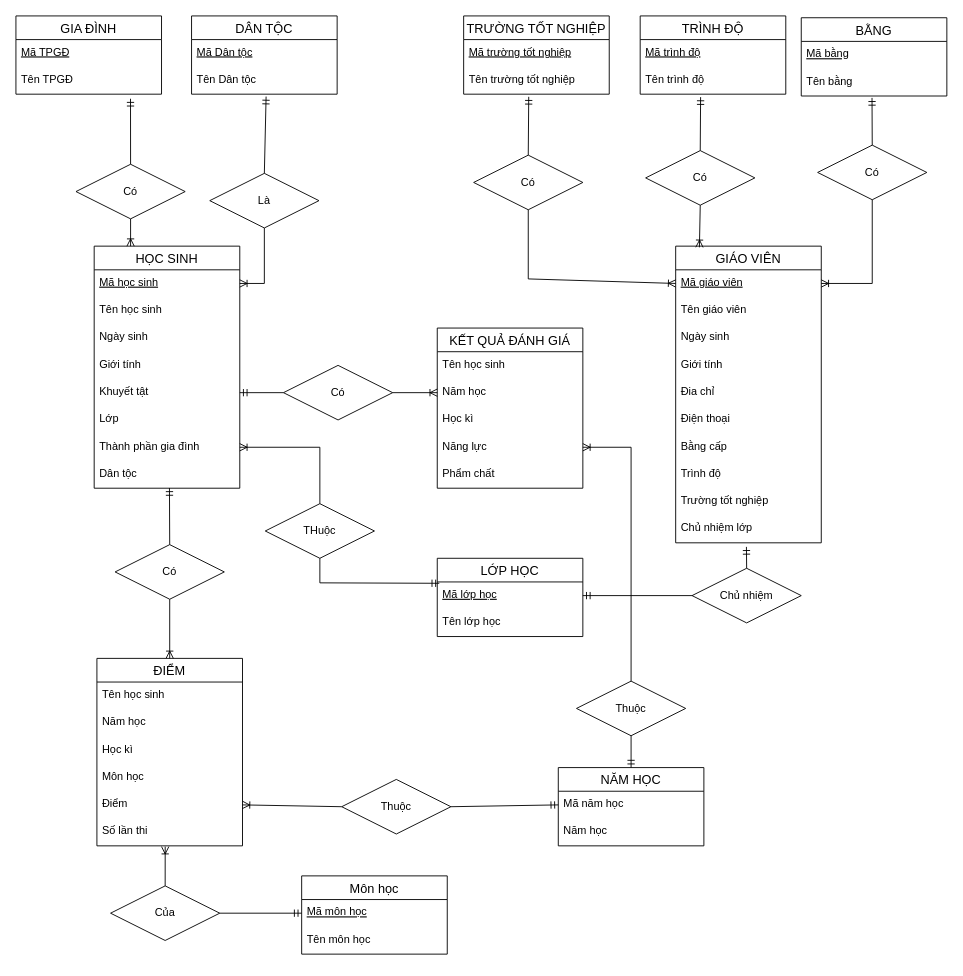
TLGKien/graph keeps this draw.io diagram as 3.1.2.drawio. Above is the earlier version. Source tidied: cells renumbered, new cells numbered last; positions are measured from the earlier drawing's top-left corner, leaving out a move shared by most shapes. Both pictures are drawn from the tidied source at 91%, with x=0, y=0 at pixel (15, 15).
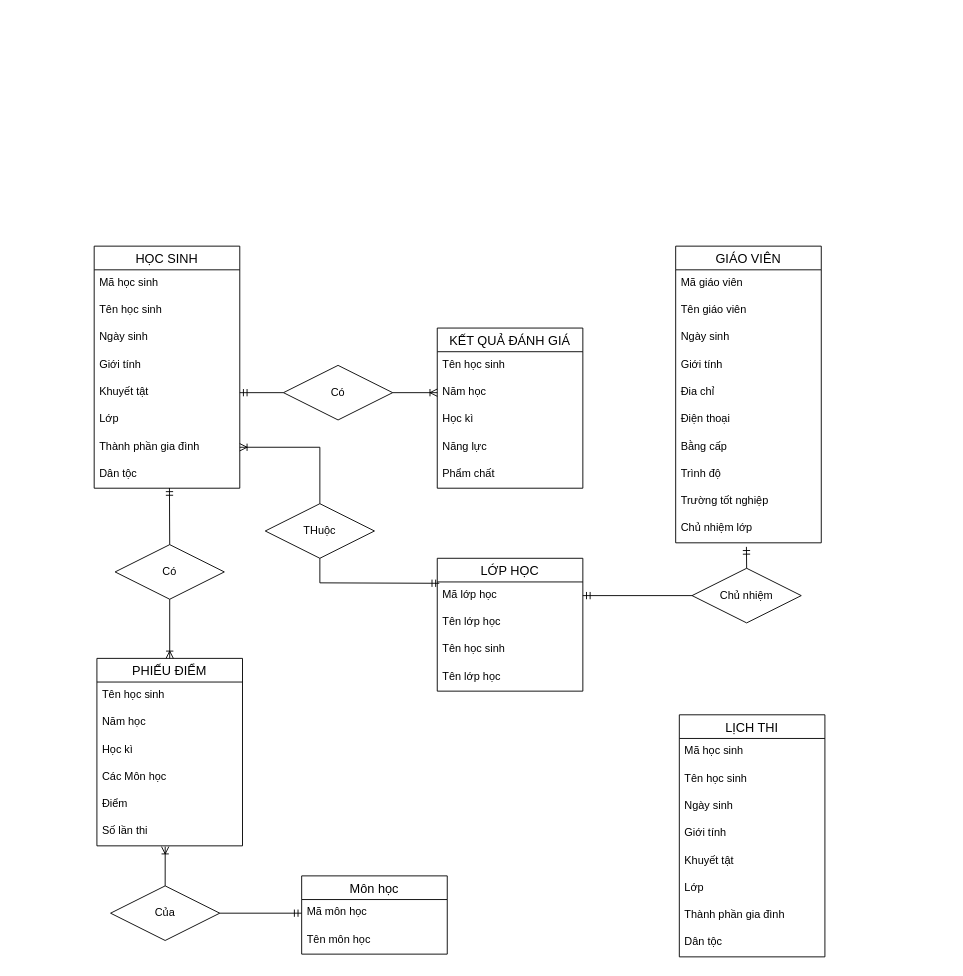
The same diagram, later.

The change refers to these unchanged cells:
```xml
<mxCell id="17" value="HỌC SINH" style="swimlane;fontStyle=0;horizontal=1;startSize=26;align=center;fontSize=14;" parent="1" vertex="1">
  <mxGeometry x="86" y="253" width="160" height="266" as="geometry" />
</mxCell>
<mxCell id="26" value="GIÁO VIÊN" style="swimlane;fontStyle=0;horizontal=1;startSize=26;align=center;fontSize=14;" parent="1" vertex="1">
  <mxGeometry x="725" y="253" width="160" height="326" as="geometry" />
</mxCell>
<mxCell id="43" value="Môn học" style="swimlane;fontStyle=0;horizontal=1;startSize=26;align=center;fontSize=14;" parent="1" vertex="1">
  <mxGeometry x="314" y="945" width="160" height="86" as="geometry" />
</mxCell>
<mxCell id="50" value="Năng lực" style="text;strokeColor=none;fillColor=none;spacingLeft=4;spacingRight=4;overflow=hidden;points=[[0,0.5],[1,0.5]];portConstraint=eastwest;fontSize=12;" parent="46" vertex="1">
  <mxGeometry y="116" width="160" height="30" as="geometry" />
</mxCell>
<mxCell id="57" value="Điểm" style="text;strokeColor=none;fillColor=none;spacingLeft=4;spacingRight=4;overflow=hidden;points=[[0,0.5],[1,0.5]];portConstraint=eastwest;fontSize=12;" parent="52" vertex="1">
  <mxGeometry y="146" width="160" height="30" as="geometry" />
</mxCell>
```

The edit, as a diff of the source:
```diff
@@
-    <mxCell id="2" value="GIA ĐÌNH" style="swimlane;fontStyle=0;horizontal=1;startSize=26;align=center;fontSize=14;" parent="1" vertex="1">
-      <mxGeometry width="160" height="86" as="geometry" />
-    </mxCell>
-    <mxCell id="3" value="Mã TPGĐ" style="text;strokeColor=none;fillColor=none;spacingLeft=4;spacingRight=4;overflow=hidden;fontSize=12;fontStyle=4;" parent="2" vertex="1">
-      <mxGeometry y="26" width="160" height="30" as="geometry" />
-    </mxCell>
-    <mxCell id="4" value="Tên TPGĐ" style="text;strokeColor=none;fillColor=none;spacingLeft=4;spacingRight=4;overflow=hidden;points=[[0,0.5],[1,0.5]];portConstraint=eastwest;fontSize=12;" parent="2" vertex="1">
-      <mxGeometry y="56" width="160" height="30" as="geometry" />
-    </mxCell>
-    <mxCell id="5" value="DÂN TỘC" style="swimlane;fontStyle=0;horizontal=1;startSize=26;align=center;fontSize=14;" parent="1" vertex="1">
-      <mxGeometry x="193" width="160" height="86" as="geometry" />
-    </mxCell>
-    <mxCell id="6" value="Mã Dân tộc" style="text;strokeColor=none;fillColor=none;spacingLeft=4;spacingRight=4;overflow=hidden;fontSize=12;fontStyle=4;" parent="5" vertex="1">
-      <mxGeometry y="26" width="160" height="30" as="geometry" />
-    </mxCell>
-    <mxCell id="7" value="Tên Dân tộc" style="text;strokeColor=none;fillColor=none;spacingLeft=4;spacingRight=4;overflow=hidden;points=[[0,0.5],[1,0.5]];portConstraint=eastwest;fontSize=12;" parent="5" vertex="1">
-      <mxGeometry y="56" width="160" height="30" as="geometry" />
-    </mxCell>
-    <mxCell id="8" value="TRÌNH ĐỘ" style="swimlane;fontStyle=0;horizontal=1;startSize=26;align=center;fontSize=14;" parent="1" vertex="1">
-      <mxGeometry x="686" width="160" height="86" as="geometry" />
-    </mxCell>
-    <mxCell id="9" value="Mã trình độ" style="text;strokeColor=none;fillColor=none;spacingLeft=4;spacingRight=4;overflow=hidden;fontSize=12;fontStyle=4;" parent="8" vertex="1">
-      <mxGeometry y="26" width="160" height="30" as="geometry" />
-    </mxCell>
-    <mxCell id="10" value="Tên trình độ" style="text;strokeColor=none;fillColor=none;spacingLeft=4;spacingRight=4;overflow=hidden;points=[[0,0.5],[1,0.5]];portConstraint=eastwest;fontSize=12;" parent="8" vertex="1">
-      <mxGeometry y="56" width="160" height="30" as="geometry" />
-    </mxCell>
-    <mxCell id="11" value="TRƯỜNG TỐT NGHIỆP" style="swimlane;fontStyle=0;horizontal=1;startSize=26;align=center;fontSize=14;" parent="1" vertex="1">
-      <mxGeometry x="492" width="160" height="86" as="geometry" />
-    </mxCell>
-    <mxCell id="12" value="Mã trường tốt nghiệp" style="text;strokeColor=none;fillColor=none;spacingLeft=4;spacingRight=4;overflow=hidden;fontSize=12;fontStyle=4;" parent="11" vertex="1">
-      <mxGeometry y="26" width="160" height="30" as="geometry" />
-    </mxCell>
-    <mxCell id="13" value="Tên trường tốt nghiệp" style="text;strokeColor=none;fillColor=none;spacingLeft=4;spacingRight=4;overflow=hidden;points=[[0,0.5],[1,0.5]];portConstraint=eastwest;fontSize=12;" parent="11" vertex="1">
-      <mxGeometry y="56" width="160" height="30" as="geometry" />
-    </mxCell>
-    <mxCell id="14" value="BẰNG" style="swimlane;fontStyle=0;horizontal=1;startSize=26;align=center;fontSize=14;" parent="1" vertex="1">
-      <mxGeometry x="863" y="2" width="160" height="86" as="geometry" />
-    </mxCell>
-    <mxCell id="15" value="Mã bằng" style="text;strokeColor=none;fillColor=none;spacingLeft=4;spacingRight=4;overflow=hidden;fontSize=12;fontStyle=4;" parent="14" vertex="1">
-      <mxGeometry y="26" width="160" height="30" as="geometry" />
-    </mxCell>
-    <mxCell id="16" value="Tên bằng" style="text;strokeColor=none;fillColor=none;spacingLeft=4;spacingRight=4;overflow=hidden;points=[[0,0.5],[1,0.5]];portConstraint=eastwest;fontSize=12;" parent="14" vertex="1">
-      <mxGeometry y="56" width="160" height="30" as="geometry" />
-    </mxCell>
@@
-    <mxCell id="18" value="Mã học sinh" style="text;strokeColor=none;fillColor=none;spacingLeft=4;spacingRight=4;overflow=hidden;points=[[0,0.5],[1,0.5]];portConstraint=eastwest;fontSize=12;fontStyle=4;" parent="17" vertex="1">
+    <mxCell id="18" value="Mã học sinh" style="text;strokeColor=none;fillColor=none;spacingLeft=4;spacingRight=4;overflow=hidden;points=[[0,0.5],[1,0.5]];portConstraint=eastwest;fontSize=12;fontStyle=0;" parent="17" vertex="1">
       <mxGeometry y="26" width="160" height="30" as="geometry" />
     </mxCell>
@@
-    <mxCell id="27" value="Mã giáo viên" style="text;strokeColor=none;fillColor=none;spacingLeft=4;spacingRight=4;overflow=hidden;points=[[0,0.5],[1,0.5]];portConstraint=eastwest;fontSize=12;fontStyle=4;" parent="26" vertex="1">
+    <mxCell id="27" value="Mã giáo viên" style="text;strokeColor=none;fillColor=none;spacingLeft=4;spacingRight=4;overflow=hidden;points=[[0,0.5],[1,0.5]];portConstraint=eastwest;fontSize=12;fontStyle=0;" parent="26" vertex="1">
       <mxGeometry y="26" width="160" height="30" as="geometry" />
     </mxCell>
@@
-    <mxCell id="37" value="NĂM HỌC" style="swimlane;fontStyle=0;horizontal=1;startSize=26;align=center;fontSize=14;" parent="1" vertex="1">
-      <mxGeometry x="596" y="826" width="160" height="86" as="geometry" />
-    </mxCell>
-    <mxCell id="38" value="Mã năm học" style="text;strokeColor=none;fillColor=none;spacingLeft=4;spacingRight=4;overflow=hidden;points=[[0,0.5],[1,0.5]];portConstraint=eastwest;fontSize=12;" parent="37" vertex="1">
-      <mxGeometry y="26" width="160" height="30" as="geometry" />
-    </mxCell>
-    <mxCell id="39" value="Năm học" style="text;strokeColor=none;fillColor=none;spacingLeft=4;spacingRight=4;overflow=hidden;fontSize=12;" parent="37" vertex="1">
-      <mxGeometry y="56" width="160" height="30" as="geometry" />
-    </mxCell>
     <mxCell id="40" value="LỚP HỌC" style="swimlane;fontStyle=0;horizontal=1;startSize=26;align=center;fontSize=14;" parent="1" vertex="1">
-      <mxGeometry x="463" y="596" width="160" height="86" as="geometry" />
+      <mxGeometry x="463" y="596" width="160" height="146" as="geometry" />
     </mxCell>
-    <mxCell id="41" value="Mã lớp học" style="text;strokeColor=none;fillColor=none;spacingLeft=4;spacingRight=4;overflow=hidden;points=[[0,0.5],[1,0.5]];portConstraint=eastwest;fontSize=12;fontStyle=4;" parent="40" vertex="1">
+    <mxCell id="41" value="Mã lớp học" style="text;strokeColor=none;fillColor=none;spacingLeft=4;spacingRight=4;overflow=hidden;points=[[0,0.5],[1,0.5]];portConstraint=eastwest;fontSize=12;fontStyle=0;" parent="40" vertex="1">
       <mxGeometry y="26" width="160" height="30" as="geometry" />
     </mxCell>
@@
+    <mxCell id="95" value="Tên học sinh" style="text;strokeColor=none;fillColor=none;spacingLeft=4;spacingRight=4;overflow=hidden;fontSize=12;" parent="40" vertex="1">
+      <mxGeometry y="86" width="160" height="30" as="geometry" />
+    </mxCell>
+    <mxCell id="96" value="Tên lớp học" style="text;strokeColor=none;fillColor=none;spacingLeft=4;spacingRight=4;overflow=hidden;fontSize=12;" parent="40" vertex="1">
+      <mxGeometry y="116" width="160" height="30" as="geometry" />
+    </mxCell>
@@
-    <mxCell id="44" value="Mã môn học" style="text;strokeColor=none;fillColor=none;spacingLeft=4;spacingRight=4;overflow=hidden;points=[[0,0.5],[1,0.5]];portConstraint=eastwest;fontSize=12;fontStyle=4;" parent="43" vertex="1">
+    <mxCell id="44" value="Mã môn học" style="text;strokeColor=none;fillColor=none;spacingLeft=4;spacingRight=4;overflow=hidden;points=[[0,0.5],[1,0.5]];portConstraint=eastwest;fontSize=12;fontStyle=0;" parent="43" vertex="1">
       <mxGeometry y="26" width="160" height="30" as="geometry" />
     </mxCell>
@@
-    <mxCell id="52" value="ĐIỂM" style="swimlane;fontStyle=0;horizontal=1;startSize=26;align=center;fontSize=14;" parent="1" vertex="1">
+    <mxCell id="52" value="PHIẾU ĐIỂM" style="swimlane;fontStyle=0;horizontal=1;startSize=26;align=center;fontSize=14;" parent="1" vertex="1">
       <mxGeometry x="89" y="706" width="160" height="206" as="geometry" />
     </mxCell>
@@
-    <mxCell id="56" value="Môn học" style="text;strokeColor=none;fillColor=none;spacingLeft=4;spacingRight=4;overflow=hidden;fontSize=12;" parent="52" vertex="1">
+    <mxCell id="56" value="Các Môn học" style="text;strokeColor=none;fillColor=none;spacingLeft=4;spacingRight=4;overflow=hidden;fontSize=12;" parent="52" vertex="1">
       <mxGeometry y="116" width="160" height="30" as="geometry" />
     </mxCell>
@@
-    <mxCell id="59" value="Có" style="shape=rhombus;perimeter=rhombusPerimeter;whiteSpace=wrap;html=1;align=center;" parent="1" vertex="1">
-      <mxGeometry x="66" y="163" width="120" height="60" as="geometry" />
-    </mxCell>
-    <mxCell id="60" value="Là" style="shape=rhombus;perimeter=rhombusPerimeter;whiteSpace=wrap;html=1;align=center;" parent="1" vertex="1">
-      <mxGeometry x="213" y="173" width="120" height="60" as="geometry" />
-    </mxCell>
-    <mxCell id="61" value="Có" style="shape=rhombus;perimeter=rhombusPerimeter;whiteSpace=wrap;html=1;align=center;" parent="1" vertex="1">
-      <mxGeometry x="503" y="153" width="120" height="60" as="geometry" />
-    </mxCell>
-    <mxCell id="62" value="Có" style="shape=rhombus;perimeter=rhombusPerimeter;whiteSpace=wrap;html=1;align=center;" parent="1" vertex="1">
-      <mxGeometry x="692" y="148" width="120" height="60" as="geometry" />
-    </mxCell>
-    <mxCell id="63" value="Có" style="shape=rhombus;perimeter=rhombusPerimeter;whiteSpace=wrap;html=1;align=center;" parent="1" vertex="1">
-      <mxGeometry x="881" y="142" width="120" height="60" as="geometry" />
-    </mxCell>
-    <mxCell id="64" style="fontSize=12;html=1;endArrow=ERoneToMany;entryX=0.25;entryY=0;entryDx=0;entryDy=0;exitX=0.5;exitY=1;exitDx=0;exitDy=0;" parent="1" edge="1" source="59" target="17">
-      <mxGeometry relative="1" as="geometry" />
-    </mxCell>
-    <mxCell id="65" style="fontSize=12;html=1;endArrow=ERoneToMany;entryX=1;entryY=0.5;entryDx=0;entryDy=0;exitX=0.5;exitY=1;exitDx=0;exitDy=0;rounded=0;" parent="1" edge="1" source="60" target="18">
-      <mxGeometry relative="1" as="geometry">
-        <Array as="points">
-          <mxPoint x="273" y="294" />
-        </Array>
-      </mxGeometry>
-    </mxCell>
-    <mxCell id="66" style="fontSize=12;html=1;endArrow=ERmandOne;entryX=0.787;entryY=1.167;entryDx=0;entryDy=0;entryPerimeter=0;exitX=0.5;exitY=0;exitDx=0;exitDy=0;rounded=0;" parent="1" edge="1" source="59" target="4">
-      <mxGeometry relative="1" as="geometry" />
-    </mxCell>
-    <mxCell id="67" style="fontSize=12;html=1;endArrow=ERmandOne;exitX=0.5;exitY=0;exitDx=0;exitDy=0;rounded=0;entryX=0.512;entryY=1.088;entryDx=0;entryDy=0;entryPerimeter=0;" parent="1" edge="1" source="60" target="7">
-      <mxGeometry relative="1" as="geometry" />
-    </mxCell>
-    <mxCell id="68" style="fontSize=12;html=1;endArrow=ERmandOne;exitX=0.5;exitY=0;exitDx=0;exitDy=0;rounded=0;entryX=0.447;entryY=1.096;entryDx=0;entryDy=0;entryPerimeter=0;" parent="1" edge="1" source="61" target="13">
-      <mxGeometry relative="1" as="geometry" />
-    </mxCell>
-    <mxCell id="69" style="fontSize=12;html=1;endArrow=ERoneToMany;entryX=0;entryY=0.5;entryDx=0;entryDy=0;exitX=0.5;exitY=1;exitDx=0;exitDy=0;rounded=0;" parent="1" edge="1" source="61" target="27">
-      <mxGeometry relative="1" as="geometry">
-        <Array as="points">
-          <mxPoint x="563" y="289" />
-        </Array>
-      </mxGeometry>
-    </mxCell>
-    <mxCell id="70" style="fontSize=12;html=1;endArrow=ERoneToMany;entryX=0.163;entryY=0.004;entryDx=0;entryDy=0;exitX=0.5;exitY=1;exitDx=0;exitDy=0;entryPerimeter=0;" parent="1" edge="1" source="62" target="26">
-      <mxGeometry relative="1" as="geometry" />
-    </mxCell>
-    <mxCell id="71" style="fontSize=12;html=1;endArrow=ERoneToMany;entryX=1;entryY=0.5;entryDx=0;entryDy=0;exitX=0.5;exitY=1;exitDx=0;exitDy=0;rounded=0;" parent="1" edge="1" source="63" target="27">
-      <mxGeometry relative="1" as="geometry">
-        <Array as="points">
-          <mxPoint x="941" y="294" />
-        </Array>
-      </mxGeometry>
-    </mxCell>
-    <mxCell id="72" style="fontSize=12;html=1;endArrow=ERmandOne;exitX=0.5;exitY=0;exitDx=0;exitDy=0;rounded=0;entryX=0.415;entryY=1.108;entryDx=0;entryDy=0;entryPerimeter=0;" parent="1" edge="1" source="62" target="10">
-      <mxGeometry relative="1" as="geometry" />
-    </mxCell>
-    <mxCell id="73" style="fontSize=12;html=1;endArrow=ERmandOne;exitX=0.5;exitY=0;exitDx=0;exitDy=0;rounded=0;entryX=0.486;entryY=1.069;entryDx=0;entryDy=0;entryPerimeter=0;" parent="1" edge="1" source="63" target="16">
-      <mxGeometry relative="1" as="geometry" />
-    </mxCell>
@@
-    <mxCell id="89" value="Thuộc" style="shape=rhombus;perimeter=rhombusPerimeter;whiteSpace=wrap;html=1;align=center;" parent="1" vertex="1">
-      <mxGeometry x="358" y="839" width="120" height="60" as="geometry" />
-    </mxCell>
-    <mxCell id="90" value="Thuộc" style="shape=rhombus;perimeter=rhombusPerimeter;whiteSpace=wrap;html=1;align=center;" parent="1" vertex="1">
-      <mxGeometry x="616" y="731" width="120" height="60" as="geometry" />
-    </mxCell>
-    <mxCell id="91" style="fontSize=12;html=1;endArrow=ERoneToMany;entryX=1;entryY=0.5;entryDx=0;entryDy=0;exitX=0;exitY=0.5;exitDx=0;exitDy=0;" parent="1" edge="1" source="89" target="57">
-      <mxGeometry relative="1" as="geometry" />
-    </mxCell>
-    <mxCell id="92" style="fontSize=12;html=1;endArrow=ERmandOne;entryX=0;entryY=0.5;entryDx=0;entryDy=0;exitX=1;exitY=0.5;exitDx=0;exitDy=0;rounded=0;" parent="1" edge="1" source="89" target="38">
-      <mxGeometry relative="1" as="geometry" />
-    </mxCell>
-    <mxCell id="93" style="fontSize=12;html=1;endArrow=ERmandOne;entryX=0.5;entryY=0;entryDx=0;entryDy=0;exitX=0.5;exitY=1;exitDx=0;exitDy=0;rounded=0;" parent="1" edge="1" source="90" target="37">
-      <mxGeometry relative="1" as="geometry" />
-    </mxCell>
-    <mxCell id="94" style="fontSize=12;html=1;endArrow=ERoneToMany;entryX=1;entryY=0.5;entryDx=0;entryDy=0;exitX=0.5;exitY=0;exitDx=0;exitDy=0;rounded=0;" parent="1" edge="1" source="90" target="50">
-      <mxGeometry relative="1" as="geometry">
-        <Array as="points">
-          <mxPoint x="676" y="474" />
-        </Array>
-      </mxGeometry>
-    </mxCell>
+    <mxCell id="97" value="LỊCH THI" style="swimlane;fontStyle=0;horizontal=1;startSize=26;align=center;fontSize=14;" parent="1" vertex="1">
+      <mxGeometry x="729" y="768" width="160" height="266" as="geometry" />
+    </mxCell>
+    <mxCell id="98" value="Mã học sinh" style="text;strokeColor=none;fillColor=none;spacingLeft=4;spacingRight=4;overflow=hidden;fontSize=12;fontStyle=0;" parent="97" vertex="1">
+      <mxGeometry y="26" width="160" height="30" as="geometry" />
+    </mxCell>
+    <mxCell id="99" value="Tên học sinh" style="text;strokeColor=none;fillColor=none;spacingLeft=4;spacingRight=4;overflow=hidden;fontSize=12;" parent="97" vertex="1">
+      <mxGeometry y="56" width="160" height="30" as="geometry" />
+    </mxCell>
+    <mxCell id="100" value="Ngày sinh" style="text;strokeColor=none;fillColor=none;spacingLeft=4;spacingRight=4;overflow=hidden;fontSize=12;" parent="97" vertex="1">
+      <mxGeometry y="86" width="160" height="30" as="geometry" />
+    </mxCell>
+    <mxCell id="101" value="Giới tính" style="text;strokeColor=none;fillColor=none;spacingLeft=4;spacingRight=4;overflow=hidden;fontSize=12;" parent="97" vertex="1">
+      <mxGeometry y="116" width="160" height="30" as="geometry" />
+    </mxCell>
+    <mxCell id="102" value="Khuyết tật" style="text;strokeColor=none;fillColor=none;spacingLeft=4;spacingRight=4;overflow=hidden;fontSize=12;" parent="97" vertex="1">
+      <mxGeometry y="146" width="160" height="30" as="geometry" />
+    </mxCell>
+    <mxCell id="103" value="Lớp" style="text;strokeColor=none;fillColor=none;spacingLeft=4;spacingRight=4;overflow=hidden;fontSize=12;" parent="97" vertex="1">
+      <mxGeometry y="176" width="160" height="30" as="geometry" />
+    </mxCell>
+    <mxCell id="104" value="Thành phần gia đình" style="text;strokeColor=none;fillColor=none;spacingLeft=4;spacingRight=4;overflow=hidden;fontSize=12;" parent="97" vertex="1">
+      <mxGeometry y="206" width="160" height="30" as="geometry" />
+    </mxCell>
+    <mxCell id="105" value="Dân tộc" style="text;strokeColor=none;fillColor=none;spacingLeft=4;spacingRight=4;overflow=hidden;fontSize=12;" parent="97" vertex="1">
+      <mxGeometry y="236" width="160" height="30" as="geometry" />
+    </mxCell>
```
